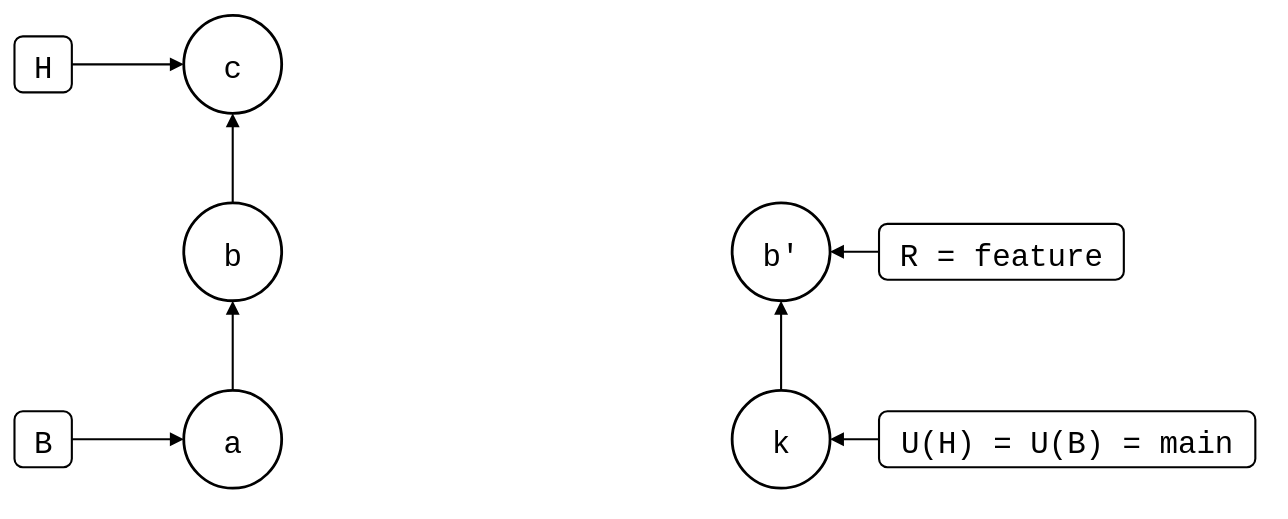
roschaefer/git-splice keeps this draw.io diagram as test/scenarios/up-to-date/feature-branch-unchanged/feature-branch-changed/stacked-branch/stacked-branch.drawio.svg. Above is the earlier version. Source tidied: cells renumbered, new cells last; positions are measured from the earlier drawing's top-left corner, leaving out a move shared by most shapes. Source of this version:
```xml
<mxGraphModel background="#ffffff">
  <root>
    <mxCell id="0" />
    <mxCell id="1" parent="0" />
    <mxCell id="2" value="a" style="ellipse;strokeWidth=2;fontSize=22;fontFamily=Roboto Mono,monospace;" parent="1" vertex="1">
      <mxGeometry x="121" y="268" width="70" height="70" as="geometry" />
    </mxCell>
    <mxCell id="3" value="b" style="ellipse;strokeWidth=2;fontSize=22;fontFamily=Roboto Mono,monospace;" parent="1" vertex="1">
      <mxGeometry x="121" y="134" width="70" height="70" as="geometry" />
    </mxCell>
    <mxCell id="4" value="c" style="ellipse;strokeWidth=2;fontSize=22;fontFamily=Roboto Mono,monospace;" parent="1" vertex="1">
      <mxGeometry x="121" width="70" height="70" as="geometry" />
    </mxCell>
    <mxCell id="5" value="k" style="ellipse;strokeWidth=2;fontSize=22;fontFamily=Roboto Mono,monospace;" parent="1" vertex="1">
      <mxGeometry x="513" y="268" width="70" height="70" as="geometry" />
    </mxCell>
    <mxCell id="6" value="b'" style="ellipse;strokeWidth=2;fontSize=22;fontFamily=Roboto Mono,monospace;" parent="1" vertex="1">
      <mxGeometry x="513" y="134" width="70" height="70" as="geometry" />
    </mxCell>
    <mxCell id="7" value="H" style="rounded=1;strokeWidth=1.5;fontSize=22;fontFamily=Roboto Mono,monospace;" parent="1" vertex="1">
      <mxGeometry y="15" width="41" height="40" as="geometry" />
    </mxCell>
    <mxCell id="8" style="endArrow=block;endFill=1;html=1;strokeWidth=1.5;rounded=0;" parent="1" edge="1" source="7" target="4">
      <mxGeometry relative="1" as="geometry" />
    </mxCell>
    <mxCell id="9" value="B" style="rounded=1;strokeWidth=1.5;fontSize=22;fontFamily=Roboto Mono,monospace;" parent="1" vertex="1">
      <mxGeometry y="283" width="41" height="40" as="geometry" />
    </mxCell>
    <mxCell id="10" style="endArrow=block;endFill=1;html=1;strokeWidth=1.5;rounded=0;" parent="1" edge="1" source="9" target="2">
      <mxGeometry relative="1" as="geometry" />
    </mxCell>
    <mxCell id="11" value="U(H) = U(B) = main" style="rounded=1;strokeWidth=1.5;fontSize=22;fontFamily=Roboto Mono,monospace;" parent="1" vertex="1">
      <mxGeometry x="618" y="283" width="269" height="40" as="geometry" />
    </mxCell>
    <mxCell id="12" style="endArrow=block;endFill=1;html=1;strokeWidth=1.5;rounded=0;" parent="1" edge="1" source="11" target="5">
      <mxGeometry relative="1" as="geometry" />
    </mxCell>
    <mxCell id="13" value="R = feature" style="rounded=1;strokeWidth=1.5;fontSize=22;fontFamily=Roboto Mono,monospace;" parent="1" vertex="1">
      <mxGeometry x="618" y="149" width="175" height="40" as="geometry" />
    </mxCell>
    <mxCell id="14" style="endArrow=block;endFill=1;html=1;strokeWidth=1.5;rounded=0;" parent="1" edge="1" source="13" target="6">
      <mxGeometry relative="1" as="geometry" />
    </mxCell>
    <mxCell id="15" style="endArrow=block;endFill=1;html=1;strokeWidth=1.5;rounded=0;" parent="1" edge="1" source="2" target="3">
      <mxGeometry relative="1" as="geometry" />
    </mxCell>
    <mxCell id="16" style="endArrow=block;endFill=1;html=1;strokeWidth=1.5;rounded=0;" parent="1" edge="1" source="3" target="4">
      <mxGeometry relative="1" as="geometry" />
    </mxCell>
    <mxCell id="17" style="endArrow=block;endFill=1;html=1;strokeWidth=1.5;rounded=0;" parent="1" edge="1" source="5" target="6">
      <mxGeometry relative="1" as="geometry" />
    </mxCell>
  </root>
</mxGraphModel>
```
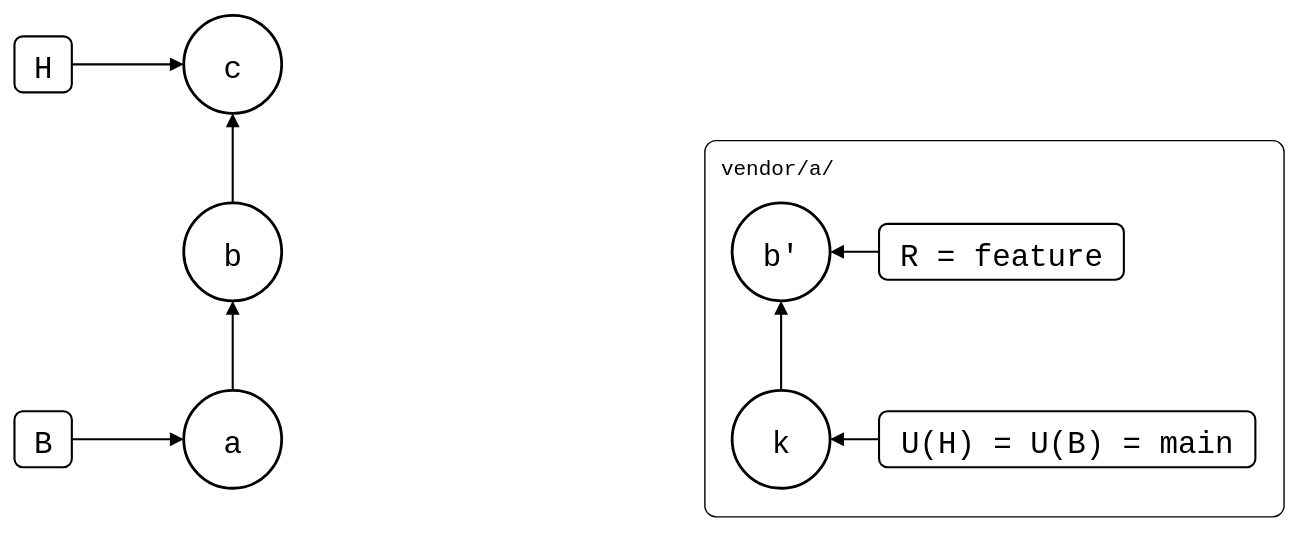
The same file after the commit.

What changed in the source:
```diff
@@ -2,6 +2,9 @@
   <root>
     <mxCell id="0" />
     <mxCell id="1" parent="0" />
+    <mxCell id="18" value="vendor/a/" style="rounded=1;arcSize=3;fillColor=none;strokeWidth=1;fontSize=15;verticalAlign=top;align=left;spacingLeft=10;spacingTop=4;fontFamily=Roboto Mono,monospace;" parent="1" vertex="1">
+      <mxGeometry x="493" y="89" width="414" height="269" as="geometry" />
+    </mxCell>
     <mxCell id="2" value="a" style="ellipse;strokeWidth=2;fontSize=22;fontFamily=Roboto Mono,monospace;" parent="1" vertex="1">
       <mxGeometry x="121" y="268" width="70" height="70" as="geometry" />
     </mxCell>
```
